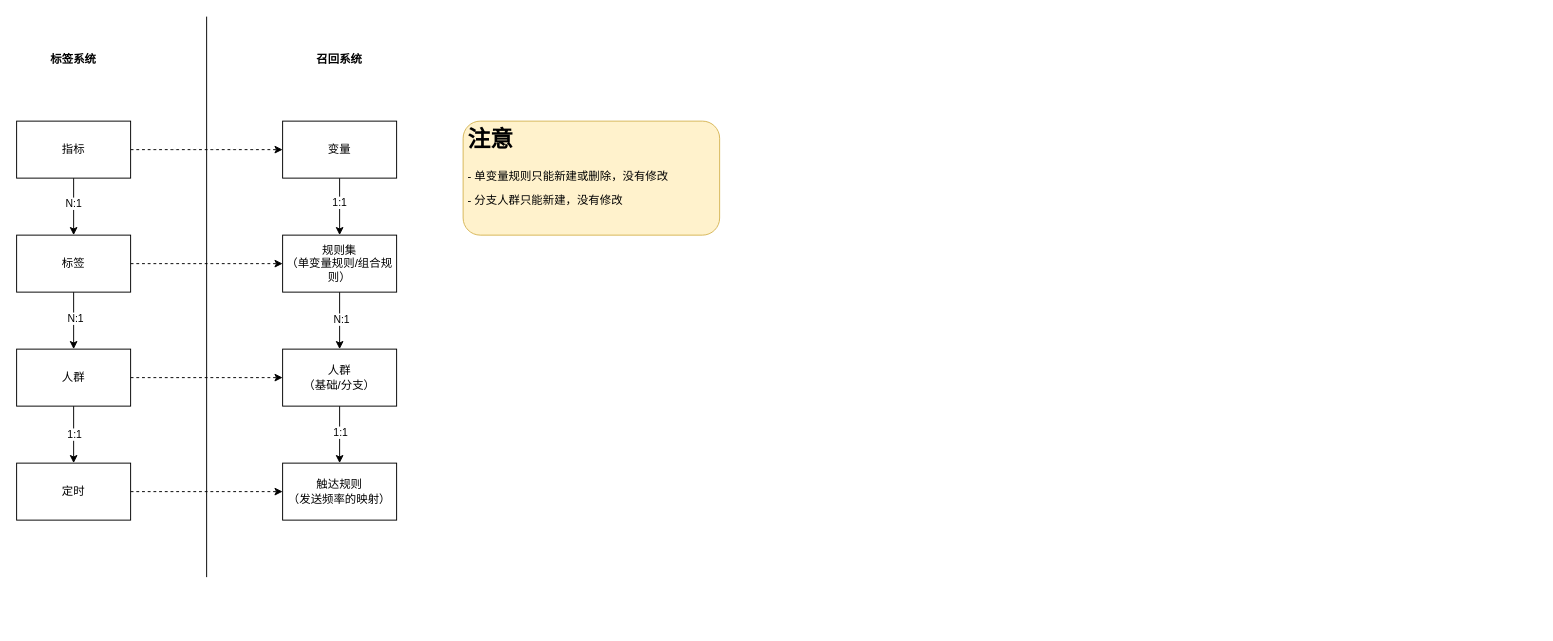
This is page "标签与召回模型关系" (1 of 10) of 运营决策系统设计.drawio from ABIN-DS/flowchart, a draw.io file, before an edit. Source tidied: cells renumbered, new cells numbered last; positions are measured from the earlier drawing's top-left corner, leaving out a move shared by most shapes. Both pictures are drawn from the tidied source at 95%, with x=0, y=0 at pixel (16, 16).
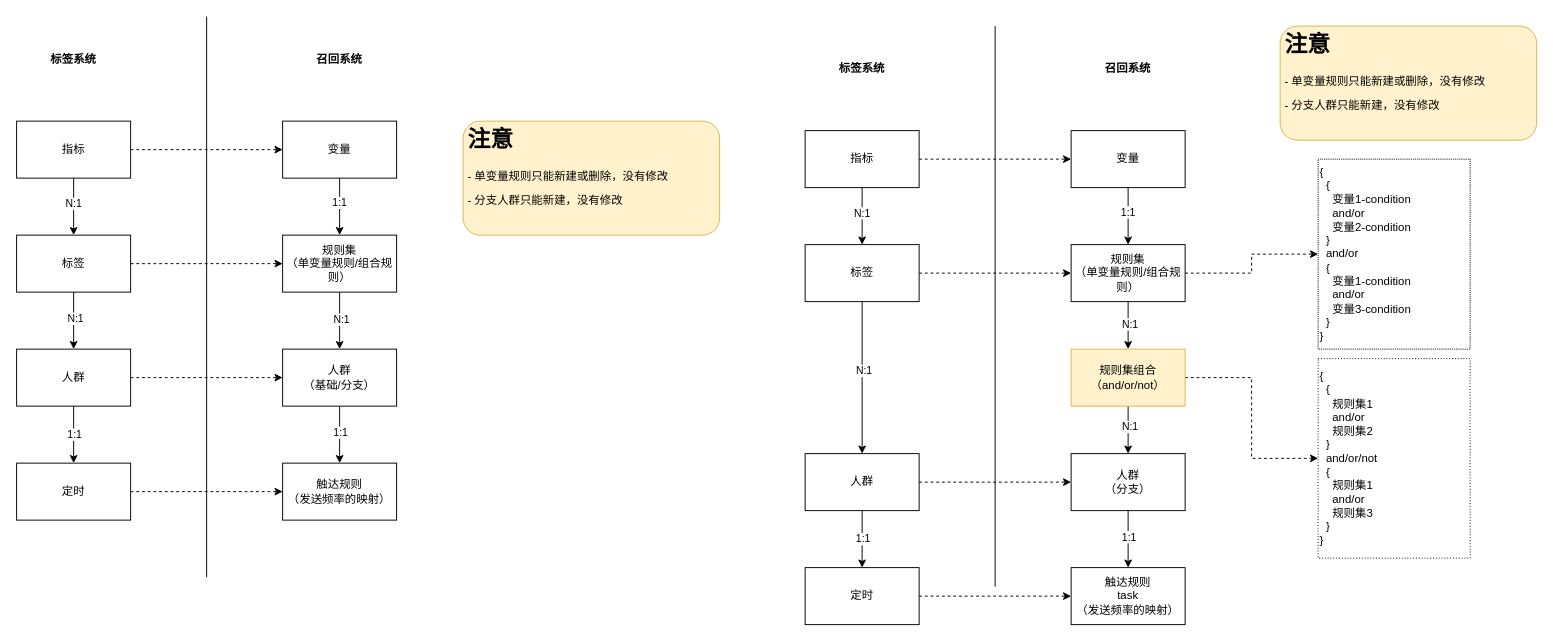
The same page after the edit.

The edit, as a diff of the source:
```diff
@@
+    <mxCell id="30" style="edgeStyle=none;rounded=0;jettySize=auto;html=1;dashed=1;" parent="1" edge="1" source="33" target="36">
+      <mxGeometry relative="1" as="geometry" />
+    </mxCell>
+    <mxCell id="31" style="edgeStyle=none;rounded=0;jettySize=auto;html=1;entryX=0.5;entryY=0;entryDx=0;entryDy=0;" parent="1" edge="1" source="33" target="40">
+      <mxGeometry relative="1" as="geometry" />
+    </mxCell>
+    <mxCell id="32" value="N:1" style="edgeLabel;html=1;align=center;verticalAlign=middle;" parent="31" vertex="1">
+      <mxGeometry x="-0.13" y="-1" relative="1" as="geometry" />
+    </mxCell>
+    <mxCell id="33" value="指标" style="rounded=0;whiteSpace=wrap;html=1;" parent="1" vertex="1">
+      <mxGeometry x="830" y="120" width="120" height="60" as="geometry" />
+    </mxCell>
+    <mxCell id="34" style="edgeStyle=none;rounded=0;jettySize=auto;html=1;" parent="1" edge="1" source="36" target="44">
+      <mxGeometry relative="1" as="geometry" />
+    </mxCell>
+    <mxCell id="35" value="1:1" style="edgeLabel;html=1;align=center;verticalAlign=middle;" parent="34" vertex="1">
+      <mxGeometry x="-0.17" y="-1" relative="1" as="geometry" />
+    </mxCell>
+    <mxCell id="36" value="变量" style="rounded=0;whiteSpace=wrap;html=1;" parent="1" vertex="1">
+      <mxGeometry x="1110" y="120" width="120" height="60" as="geometry" />
+    </mxCell>
+    <mxCell id="37" style="edgeStyle=none;rounded=0;jettySize=auto;html=1;dashed=1;" parent="1" edge="1" source="40" target="44">
+      <mxGeometry relative="1" as="geometry" />
+    </mxCell>
+    <mxCell id="38" style="edgeStyle=none;rounded=0;jettySize=auto;html=1;entryX=0.5;entryY=0;entryDx=0;entryDy=0;" parent="1" edge="1" source="40" target="48">
+      <mxGeometry relative="1" as="geometry" />
+    </mxCell>
+    <mxCell id="39" value="N:1" style="edgeLabel;html=1;align=center;verticalAlign=middle;" parent="38" vertex="1">
+      <mxGeometry x="-0.1" y="1" relative="1" as="geometry" />
+    </mxCell>
+    <mxCell id="40" value="标签" style="rounded=0;whiteSpace=wrap;html=1;" parent="1" vertex="1">
+      <mxGeometry x="830" y="240" width="120" height="60" as="geometry" />
+    </mxCell>
+    <mxCell id="41" style="edgeStyle=none;rounded=0;jettySize=auto;html=1;entryX=0.5;entryY=0;entryDx=0;entryDy=0;" parent="1" edge="1" source="44" target="62">
+      <mxGeometry relative="1" as="geometry" />
+    </mxCell>
+    <mxCell id="42" value="N:1" style="edgeLabel;html=1;align=center;verticalAlign=middle;" parent="41" vertex="1">
+      <mxGeometry x="-0.07" y="1" relative="1" as="geometry" />
+    </mxCell>
+    <mxCell id="43" style="edgeStyle=orthogonalEdgeStyle;rounded=0;jettySize=auto;html=1;dashed=1;" parent="1" edge="1" source="44" target="63">
+      <mxGeometry relative="1" as="geometry" />
+    </mxCell>
+    <mxCell id="44" value="规则集&lt;br&gt;（单变量规则/组合规则）" style="rounded=0;whiteSpace=wrap;html=1;" parent="1" vertex="1">
+      <mxGeometry x="1110" y="240" width="120" height="60" as="geometry" />
+    </mxCell>
+    <mxCell id="45" style="edgeStyle=none;rounded=0;jettySize=auto;html=1;dashed=1;" parent="1" edge="1" source="48" target="51">
+      <mxGeometry relative="1" as="geometry" />
+    </mxCell>
+    <mxCell id="46" style="edgeStyle=none;rounded=0;jettySize=auto;html=1;" parent="1" edge="1" source="48" target="53">
+      <mxGeometry relative="1" as="geometry" />
+    </mxCell>
+    <mxCell id="47" value="1:1" style="edgeLabel;html=1;align=center;verticalAlign=middle;" parent="46" vertex="1">
+      <mxGeometry x="-0.03" relative="1" as="geometry" />
+    </mxCell>
+    <mxCell id="48" value="人群" style="rounded=0;whiteSpace=wrap;html=1;" parent="1" vertex="1">
+      <mxGeometry x="830" y="460" width="120" height="60" as="geometry" />
+    </mxCell>
+    <mxCell id="49" style="edgeStyle=none;rounded=0;jettySize=auto;html=1;" parent="1" edge="1" source="51" target="54">
+      <mxGeometry relative="1" as="geometry" />
+    </mxCell>
+    <mxCell id="50" value="1:1" style="edgeLabel;html=1;align=center;verticalAlign=middle;" parent="49" vertex="1">
+      <mxGeometry x="-0.1" relative="1" as="geometry" />
+    </mxCell>
+    <mxCell id="51" value="人群&lt;br&gt;（分支）" style="rounded=0;whiteSpace=wrap;html=1;" parent="1" vertex="1">
+      <mxGeometry x="1110" y="460" width="120" height="60" as="geometry" />
+    </mxCell>
+    <mxCell id="52" style="edgeStyle=none;rounded=0;jettySize=auto;html=1;dashed=1;" parent="1" edge="1" source="53" target="54">
+      <mxGeometry relative="1" as="geometry" />
+    </mxCell>
+    <mxCell id="53" value="定时" style="rounded=0;whiteSpace=wrap;html=1;" parent="1" vertex="1">
+      <mxGeometry x="830" y="580" width="120" height="60" as="geometry" />
+    </mxCell>
+    <mxCell id="54" value="触达规则&lt;br&gt;task&lt;br&gt;（发送频率的映射）" style="rounded=0;whiteSpace=wrap;html=1;" parent="1" vertex="1">
+      <mxGeometry x="1110" y="580" width="120" height="60" as="geometry" />
+    </mxCell>
+    <mxCell id="55" value="&lt;h1&gt;注意&lt;/h1&gt;&lt;p&gt;- 单变量规则只能新建或删除，没有修改&lt;/p&gt;&lt;p&gt;- 分支人群只能新建，没有修改&lt;/p&gt;" style="text;html=1;strokeColor=#d6b656;fillColor=#fff2cc;spacing=5;spacingTop=-20;whiteSpace=wrap;overflow=hidden;rounded=1;" parent="1" vertex="1">
+      <mxGeometry x="1330" y="10" width="270" height="120" as="geometry" />
+    </mxCell>
+    <mxCell id="56" style="endArrow=none;html=1;rounded=0;" parent="1" edge="1">
+      <mxGeometry relative="1" as="geometry">
+        <mxPoint x="1030" y="600" as="sourcePoint" />
+        <mxPoint x="1030" y="10" as="targetPoint" />
+      </mxGeometry>
+    </mxCell>
+    <mxCell id="57" value="标签系统" style="text;html=1;strokeColor=none;fillColor=none;align=center;verticalAlign=middle;whiteSpace=wrap;rounded=0;fontStyle=1;" parent="1" vertex="1">
+      <mxGeometry x="860" y="40" width="60" height="30" as="geometry" />
+    </mxCell>
+    <mxCell id="58" value="召回系统" style="text;html=1;strokeColor=none;fillColor=none;align=center;verticalAlign=middle;whiteSpace=wrap;rounded=0;fontStyle=1;" parent="1" vertex="1">
+      <mxGeometry x="1140" y="40" width="60" height="30" as="geometry" />
+    </mxCell>
+    <mxCell id="59" style="edgeStyle=orthogonalEdgeStyle;rounded=0;jettySize=auto;html=1;entryX=0.5;entryY=0;entryDx=0;entryDy=0;" parent="1" edge="1" source="62" target="51">
+      <mxGeometry relative="1" as="geometry" />
+    </mxCell>
+    <mxCell id="60" value="N:1" style="edgeLabel;html=1;align=center;verticalAlign=middle;" parent="59" vertex="1">
+      <mxGeometry x="-0.18" y="1" relative="1" as="geometry" />
+    </mxCell>
+    <mxCell id="61" style="edgeStyle=orthogonalEdgeStyle;rounded=0;jettySize=auto;html=1;entryX=0;entryY=0.5;entryDx=0;entryDy=0;dashed=1;" parent="1" edge="1" source="62" target="64">
+      <mxGeometry relative="1" as="geometry" />
+    </mxCell>
+    <mxCell id="62" value="规则集组合&lt;br&gt;（and/or/not）" style="rounded=0;whiteSpace=wrap;html=1;fillColor=#fff2cc;strokeColor=#d6b656;" parent="1" vertex="1">
+      <mxGeometry x="1110" y="350" width="120" height="60" as="geometry" />
+    </mxCell>
+    <mxCell id="63" value="{&lt;br&gt;&amp;nbsp; {&lt;br&gt;&amp;nbsp; &amp;nbsp; 变量1-condition&lt;br&gt;&amp;nbsp; &amp;nbsp; and/or&lt;br&gt;&amp;nbsp; &amp;nbsp; 变量2-condition&lt;br&gt;&amp;nbsp; }&lt;br&gt;&amp;nbsp; and/or&lt;br&gt;&amp;nbsp; {&lt;br&gt;&amp;nbsp; &amp;nbsp; 变量1-condition&lt;br style=&quot;border-color: var(--border-color);&quot;&gt;&amp;nbsp; &amp;nbsp; and/or&lt;br style=&quot;border-color: var(--border-color);&quot;&gt;&amp;nbsp; &amp;nbsp; 变量3-condition&lt;br&gt;&amp;nbsp; }&lt;br&gt;}" style="text;html=1;strokeColor=default;fillColor=none;align=left;verticalAlign=middle;whiteSpace=wrap;rounded=0;dashed=1;dashPattern=1 1;" parent="1" vertex="1">
+      <mxGeometry x="1370" y="150" width="160" height="200" as="geometry" />
+    </mxCell>
+    <mxCell id="64" value="{&lt;br&gt;&amp;nbsp; {&lt;br&gt;&amp;nbsp; &amp;nbsp; 规则集1&lt;br&gt;&amp;nbsp; &amp;nbsp; and/or&lt;br&gt;&amp;nbsp; &amp;nbsp; 规则集2&lt;br&gt;&amp;nbsp; }&lt;br&gt;&amp;nbsp; and/or/not&lt;br&gt;&amp;nbsp; {&lt;br&gt;&amp;nbsp; &amp;nbsp; 规则集1&lt;br style=&quot;border-color: var(--border-color);&quot;&gt;&amp;nbsp; &amp;nbsp; and/or&lt;br style=&quot;border-color: var(--border-color);&quot;&gt;&amp;nbsp; &amp;nbsp; 规则集3&lt;br&gt;&amp;nbsp; }&lt;br&gt;}" style="text;html=1;strokeColor=default;fillColor=none;align=left;verticalAlign=middle;whiteSpace=wrap;rounded=0;dashed=1;dashPattern=1 2;" parent="1" vertex="1">
+      <mxGeometry x="1370" y="360" width="160" height="210" as="geometry" />
+    </mxCell>
```
